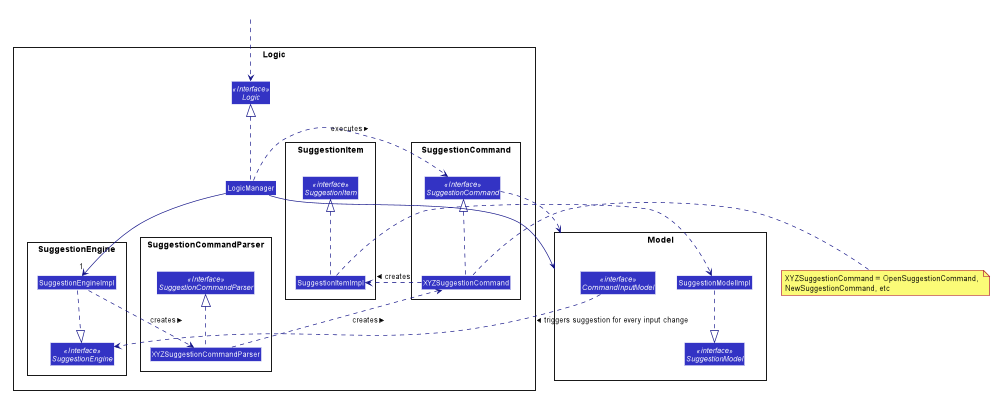
Above: docs/images/SuggestionClassDiagram.png in nus-cs2103-AY1920S2/addressbook-level3 (PlantUML), before the change. Source of this version:
```plantuml
@startuml








skinparam BackgroundColor #FFFFFFF

skinparam Shadowing false

skinparam Class {
    FontColor #FFFFFF
    BorderThickness 1
    BorderColor #FFFFFF
    StereotypeFontColor #FFFFFF
    FontName Arial
}

skinparam Actor {
    BorderColor #000000
    Color #000000
    FontName Arial
}

skinparam Sequence {
    MessageAlign center
    BoxFontSize 15
    BoxPadding 0
    BoxFontColor #FFFFFF
    FontName Arial
}

skinparam Participant {
    FontColor #FFFFFFF
    Padding 20
}

skinparam MinClassWidth 50
skinparam ParticipantPadding 10
skinparam Shadowing false
skinparam DefaultTextAlignment center
skinparam packageStyle Rectangle

hide footbox
hide members
hide circle
skinparam arrowThickness 1.1
skinparam arrowColor #101086
skinparam classBackgroundColor #3333C4

package Logic {

package SuggestionEngine {
Interface SuggestionEngine <<Interface>>
Class SuggestionEngineImpl
}

package SuggestionCommandParser {
Interface SuggestionCommandParser <<Interface>>
Class XYZSuggestionCommandParser
}

package SuggestionCommand {
Interface SuggestionCommand <<Interface>>
Class XYZSuggestionCommand
}

package SuggestionItem {
Interface SuggestionItem <<interface>>
Class SuggestionItemImpl
}

Interface Logic <<Interface>>
Class LogicManager
}

package Model{
Interface CommandInputModel <<interface>>
Interface SuggestionModel <<interface>>
Class SuggestionModelImpl
}

Class HiddenOutside #FFFFFF
HiddenOutside ..> Logic



LogicManager .up.|> Logic
LogicManager -down->"1" SuggestionEngineImpl
SuggestionEngineImpl .right.> XYZSuggestionCommandParser: creates >
SuggestionEngineImpl .down.|> SuggestionEngine

XYZSuggestionCommandParser .up.> XYZSuggestionCommand : creates >
XYZSuggestionCommandParser .up.|> SuggestionCommandParser

XYZSuggestionCommand .up.|> SuggestionCommand
LogicManager .right.> SuggestionCommand : executes >
XYZSuggestionCommand .right.> SuggestionItemImpl : creates >

LogicManager --> Model
SuggestionCommand ..> Model
note left of XYZSuggestionCommand: XYZSuggestionCommand = OpenSuggestionCommand, \nNewSuggestionCommand, etc

SuggestionItemImpl .up.|> SuggestionItem
SuggestionItemImpl ..> SuggestionModelImpl

SuggestionModelImpl ..|> SuggestionModel
CommandInputModel ..> SuggestionEngine : triggers suggestion for every input change >

@enduml
```
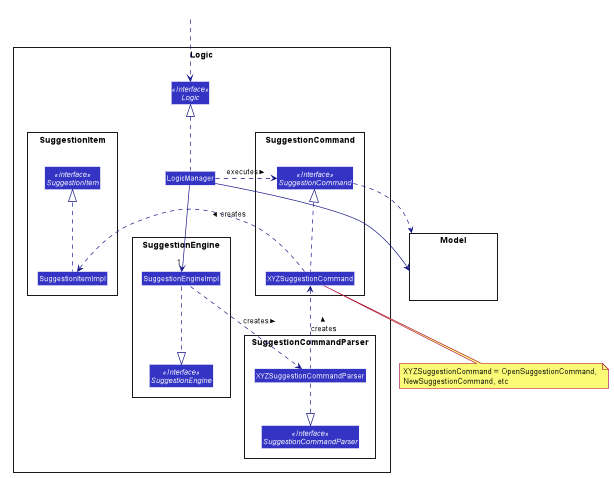
Later version of the same file.

Commit message:
Save new class diagram

Change to the diagram source:
```diff
@@ -78,9 +78,7 @@
 }
 
 package Model{
-Interface CommandInputModel <<interface>>
-Interface SuggestionModel <<interface>>
-Class SuggestionModelImpl
+Class HiddenModel #FFFFFF
 }
 
 Class HiddenOutside #FFFFFF
@@ -94,7 +92,7 @@
 SuggestionEngineImpl .down.|> SuggestionEngine
 
 XYZSuggestionCommandParser .up.> XYZSuggestionCommand : creates >
-XYZSuggestionCommandParser .up.|> SuggestionCommandParser
+XYZSuggestionCommandParser .down.|> SuggestionCommandParser
 
 XYZSuggestionCommand .up.|> SuggestionCommand
 LogicManager .right.> SuggestionCommand : executes >
@@ -102,12 +100,7 @@
 
 LogicManager --> Model
 SuggestionCommand ..> Model
-note left of XYZSuggestionCommand: XYZSuggestionCommand = OpenSuggestionCommand, \nNewSuggestionCommand, etc
+note bottom of XYZSuggestionCommand: XYZSuggestionCommand = OpenSuggestionCommand, \nNewSuggestionCommand, etc
 
 SuggestionItemImpl .up.|> SuggestionItem
-SuggestionItemImpl ..> SuggestionModelImpl
-
-SuggestionModelImpl ..|> SuggestionModel
-CommandInputModel ..> SuggestionEngine : triggers suggestion for every input change >
-
 @enduml
```
